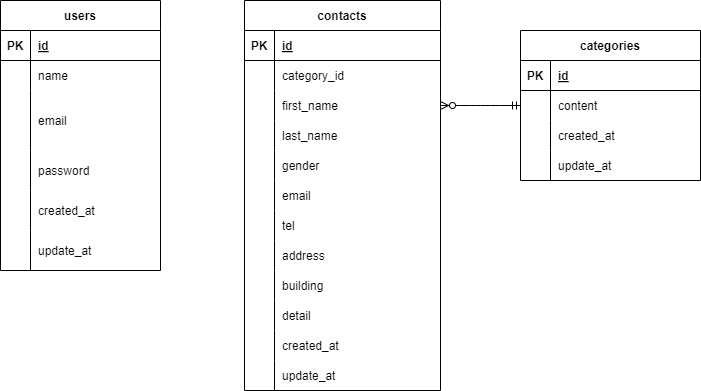
HodakaAnzai/contact-form-test keeps this draw.io diagram as index.drawio.png. Above is the earlier version. Source tidied: cells renumbered, new cells last; positions are measured from the earlier drawing's top-left corner, leaving out a move shared by most shapes.
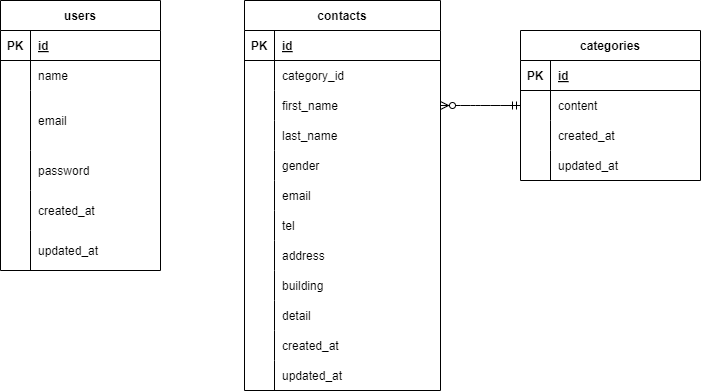
Later version of the same file.

Change to the diagram source:
```diff
@@ -56,7 +56,7 @@
     <mxCell id="19" style="shape=partialRectangle;fillColor=none;top=0;left=0;bottom=0;right=0;overflow=hidden;" parent="18" vertex="1">
       <mxGeometry width="30" height="40" as="geometry" />
     </mxCell>
-    <mxCell id="20" value="update_at" style="shape=partialRectangle;fillColor=none;top=0;left=0;bottom=0;right=0;align=left;spacingLeft=6;overflow=hidden;" parent="18" vertex="1">
+    <mxCell id="20" value="updated_at" style="shape=partialRectangle;fillColor=none;top=0;left=0;bottom=0;right=0;align=left;spacingLeft=6;overflow=hidden;" parent="18" vertex="1">
       <mxGeometry x="30" width="130" height="40" as="geometry" />
     </mxCell>
     <mxCell id="21" value="contacts" style="shape=table;startSize=30;rowLines=0;fontStyle=1;align=center;" parent="1" vertex="1">
@@ -167,7 +167,7 @@
     <mxCell id="56" style="shape=partialRectangle;fillColor=none;top=0;left=0;bottom=0;right=0;overflow=hidden;" parent="55" vertex="1">
       <mxGeometry width="30" height="30" as="geometry" />
     </mxCell>
-    <mxCell id="57" value="update_at" style="shape=partialRectangle;fillColor=none;top=0;left=0;bottom=0;right=0;align=left;spacingLeft=6;overflow=hidden;" parent="55" vertex="1">
+    <mxCell id="57" value="updated_at" style="shape=partialRectangle;fillColor=none;top=0;left=0;bottom=0;right=0;align=left;spacingLeft=6;overflow=hidden;" parent="55" vertex="1">
       <mxGeometry x="30" width="166" height="30" as="geometry" />
     </mxCell>
     <mxCell id="58" value="categories" style="shape=table;startSize=30;rowLines=0;fontStyle=1;align=center;" parent="1" vertex="1">
@@ -206,7 +206,7 @@
     <mxCell id="69" style="shape=partialRectangle;fillColor=none;top=0;left=0;bottom=0;right=0;overflow=hidden;" parent="68" vertex="1">
       <mxGeometry width="30" height="30" as="geometry" />
     </mxCell>
-    <mxCell id="70" value="update_at" style="shape=partialRectangle;fillColor=none;top=0;left=0;bottom=0;right=0;align=left;spacingLeft=6;overflow=hidden;" parent="68" vertex="1">
+    <mxCell id="70" value="updated_at" style="shape=partialRectangle;fillColor=none;top=0;left=0;bottom=0;right=0;align=left;spacingLeft=6;overflow=hidden;" parent="68" vertex="1">
       <mxGeometry x="30" width="150" height="30" as="geometry" />
     </mxCell>
     <mxCell id="71" style="edgeStyle=entityRelationEdgeStyle;fontSize=12;html=1;endArrow=ERzeroToMany;startArrow=ERmandOne;exitX=0;exitY=0.5;exitDx=0;exitDy=0;entryX=1;entryY=0.5;entryDx=0;entryDy=0;" parent="1" edge="1" source="62" target="28">
```
